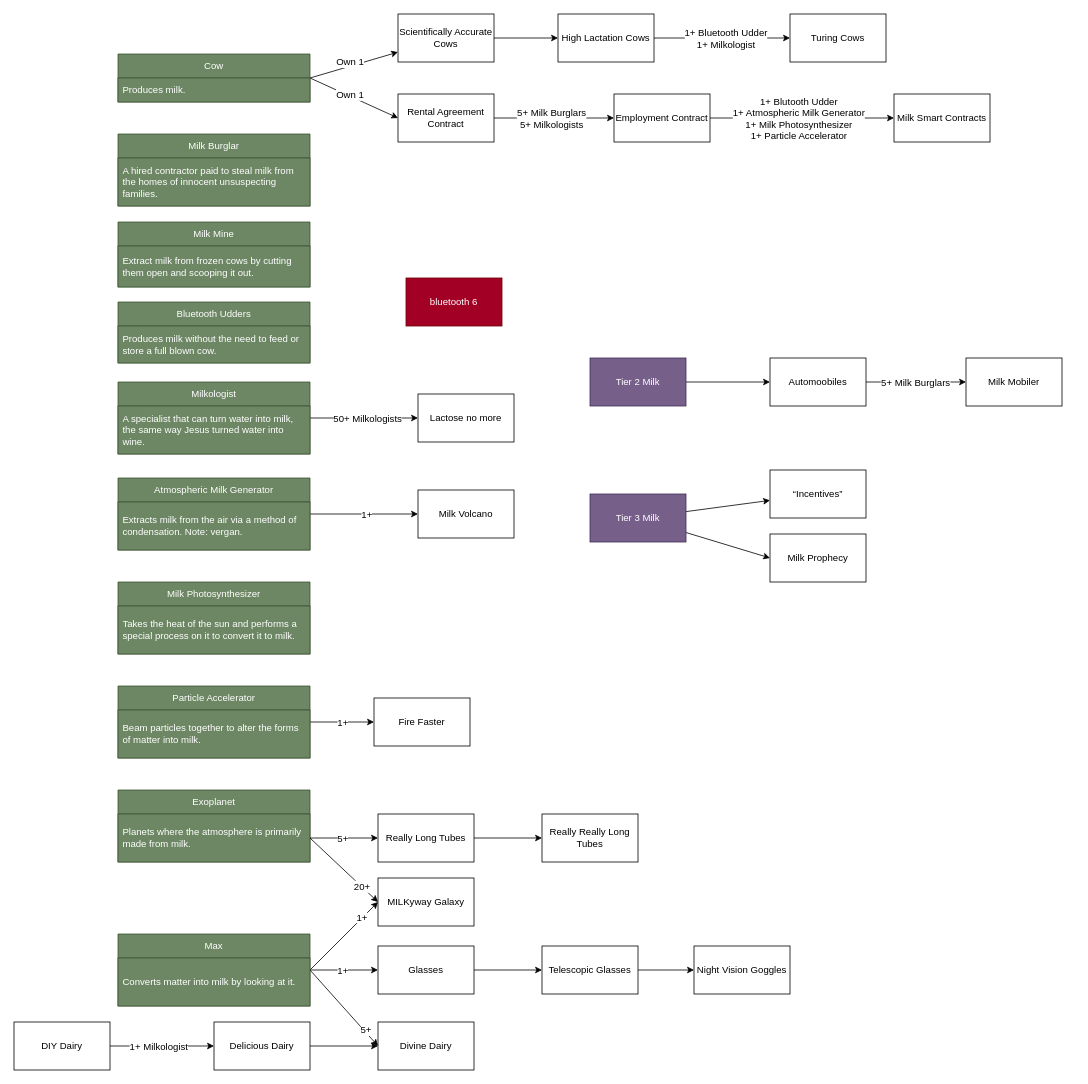
Above: src/lib/data/upgrades.drawio in tdib/milky-clicker (draw.io), before the change. Source tidied: cells renumbered, new cells numbered last; positions are measured from the earlier drawing's top-left corner, leaving out a move shared by most shapes. Both pictures are drawn from the tidied source at 80%, with x=0, y=0 at pixel (14, 14).
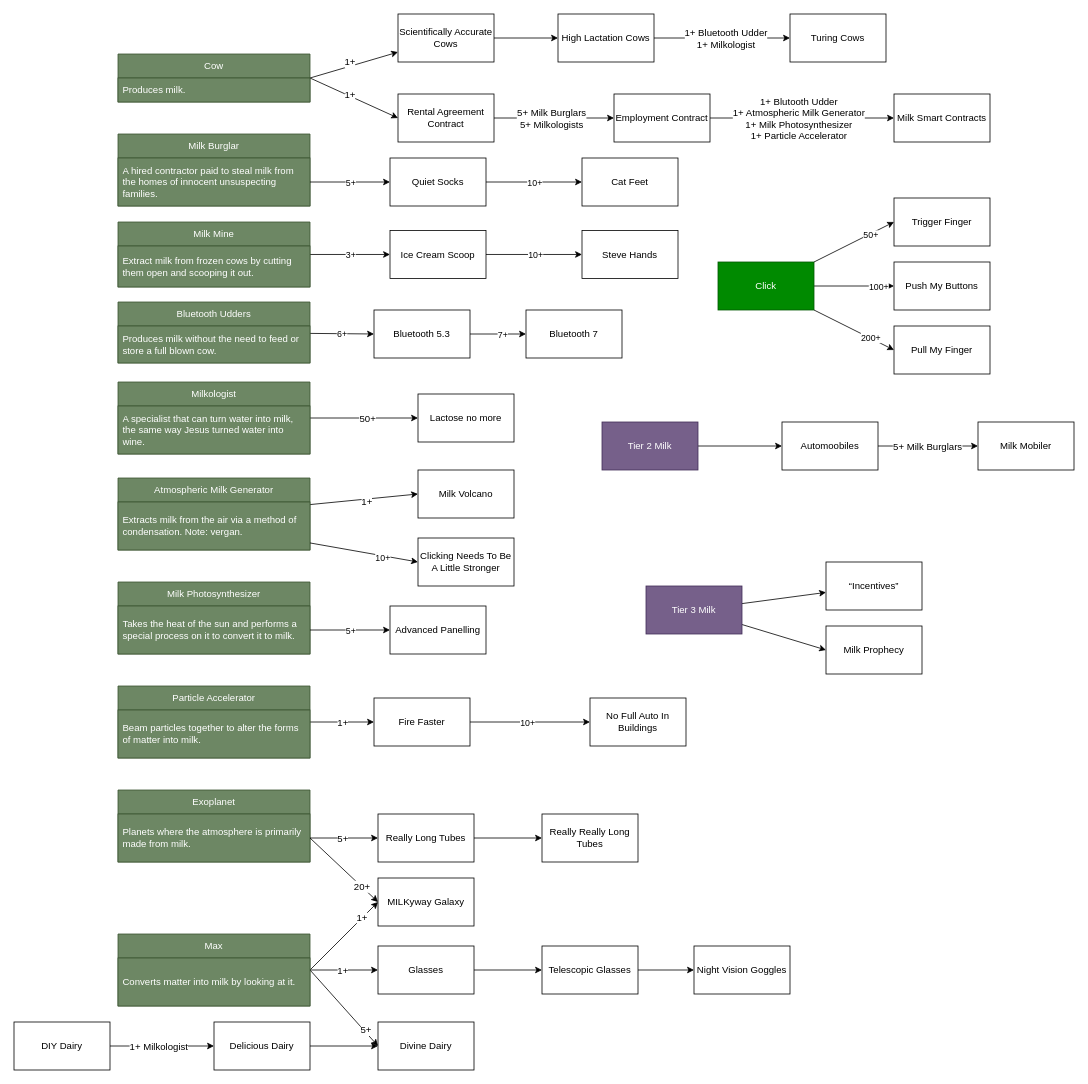
Above is the later version.

Commit message (it also covers changes not shown here):
Attempt to balance producers and upgrades

Unchanged cells that the change refers to:
```xml
<mxCell id="2" style="edgeStyle=none;html=1;exitX=1;exitY=0.5;exitDx=0;exitDy=0;fontSize=12;" parent="1" edge="1" source="6" target="42">
  <mxGeometry relative="1" as="geometry" />
</mxCell>
<mxCell id="4" style="edgeStyle=none;html=1;exitX=1;exitY=0.5;exitDx=0;exitDy=0;entryX=0;entryY=0.5;entryDx=0;entryDy=0;fontSize=12;" parent="1" edge="1" source="6" target="45">
  <mxGeometry relative="1" as="geometry" />
</mxCell>
<mxCell id="9" value="A hired contractor paid to steal milk from the homes of innocent unsuspecting families." style="text;strokeColor=#3A5431;fillColor=#6d8764;align=left;verticalAlign=middle;spacingLeft=4;spacingRight=4;overflow=hidden;points=[[0,0.5],[1,0.5]];portConstraint=eastwest;whiteSpace=wrap;html=1;fontColor=#ffffff;" parent="8" vertex="1">
  <mxGeometry y="30" width="240" height="60" as="geometry" />
</mxCell>
<mxCell id="10" value="Milk Mine" style="swimlane;fontStyle=0;horizontal=1;startSize=30;whiteSpace=wrap;html=1;fillColor=#6d8764;fontColor=#ffffff;strokeColor=#3A5431;" parent="1" vertex="1">
  <mxGeometry x="130" y="260" width="240" height="81.2" as="geometry" />
</mxCell>
<mxCell id="12" value="Bluetooth Udders" style="swimlane;fontStyle=0;horizontal=1;startSize=30;whiteSpace=wrap;html=1;fillColor=#6d8764;fontColor=#ffffff;strokeColor=#3A5431;" parent="1" vertex="1">
  <mxGeometry x="130" y="360" width="240" height="76.2" as="geometry" />
</mxCell>
<mxCell id="14" style="edgeStyle=none;html=1;exitX=1;exitY=0.5;exitDx=0;exitDy=0;entryX=0;entryY=0.5;entryDx=0;entryDy=0;fontSize=12;" parent="1" edge="1" source="16" target="60">
  <mxGeometry relative="1" as="geometry" />
</mxCell>
<mxCell id="21" value="Extracts milk from the air via a method of condensation. Note: vergan." style="text;strokeColor=#3A5431;fillColor=#6d8764;align=left;verticalAlign=middle;spacingLeft=4;spacingRight=4;overflow=hidden;points=[[0,0.5],[1,0.5]];portConstraint=eastwest;portConstraintRotation=0;whiteSpace=wrap;html=1;horizontal=1;rounded=0;glass=0;fontColor=#ffffff;" parent="20" vertex="1">
  <mxGeometry y="30" width="240" height="60" as="geometry" />
</mxCell>
<mxCell id="23" value="Takes the heat of the sun and performs a special process on it to convert it to milk." style="text;strokeColor=#3A5431;fillColor=#6d8764;align=left;verticalAlign=middle;spacingLeft=4;spacingRight=4;overflow=hidden;points=[[0,0.5],[1,0.5]];portConstraint=eastwest;portConstraintRotation=0;whiteSpace=wrap;html=1;horizontal=1;rounded=0;glass=0;fontColor=#ffffff;" parent="22" vertex="1">
  <mxGeometry y="30" width="240" height="60" as="geometry" />
</mxCell>
<mxCell id="65" value="Fire Faster" style="rounded=0;whiteSpace=wrap;html=1;glass=0;comic=0;strokeColor=default;fontSize=12;fillColor=default;" parent="1" vertex="1">
  <mxGeometry x="450" y="855" width="120" height="60" as="geometry" />
</mxCell>
```

The edit, as a diff of the source:
```diff
@@
-    <mxCell id="3" value="Own 1" style="edgeLabel;html=1;align=center;verticalAlign=middle;fontSize=12;" parent="2" vertex="1">
+    <mxCell id="3" value="1+" style="edgeLabel;html=1;align=center;verticalAlign=middle;fontSize=12;" parent="2" vertex="1">
       <mxGeometry x="-0.43" y="-1" relative="1" as="geometry">
         <mxPoint x="18" y="-12" as="offset" />
       </mxGeometry>
     </mxCell>
@@
-    <mxCell id="5" value="Own 1" style="edgeLabel;html=1;align=center;verticalAlign=middle;fontSize=12;" parent="4" vertex="1">
+    <mxCell id="5" value="1+" style="edgeLabel;html=1;align=center;verticalAlign=middle;fontSize=12;" parent="4" vertex="1">
       <mxGeometry x="-0.22" relative="1" as="geometry">
         <mxPoint x="7" y="1" as="offset" />
       </mxGeometry>
     </mxCell>
@@
+    <mxCell id="85" style="edgeStyle=none;html=1;entryX=0;entryY=0.5;entryDx=0;entryDy=0;" parent="1" edge="1" source="10" target="98">
+      <mxGeometry relative="1" as="geometry" />
+    </mxCell>
+    <mxCell id="86" value="3+" style="edgeLabel;html=1;align=center;verticalAlign=middle;" parent="85" vertex="1">
+      <mxGeometry x="0.47" y="-3" relative="1" as="geometry">
+        <mxPoint x="-24" y="-3" as="offset" />
+      </mxGeometry>
+    </mxCell>
@@
+    <mxCell id="87" style="edgeStyle=none;html=1;entryX=0;entryY=0.5;entryDx=0;entryDy=0;" parent="1" edge="1" source="12" target="84">
+      <mxGeometry relative="1" as="geometry" />
+    </mxCell>
+    <mxCell id="88" value="6+" style="edgeLabel;html=1;align=center;verticalAlign=middle;" parent="87" vertex="1">
+      <mxGeometry x="0.46" y="-2" relative="1" as="geometry">
+        <mxPoint x="-18" y="-2" as="offset" />
+      </mxGeometry>
+    </mxCell>
@@
-    <mxCell id="15" value="50+ Milkologists" style="edgeLabel;html=1;align=center;verticalAlign=middle;fontSize=12;" parent="14" vertex="1">
+    <mxCell id="15" value="50+" style="edgeLabel;html=1;align=center;verticalAlign=middle;fontSize=12;" parent="14" vertex="1">
       <mxGeometry x="-0.53" y="1" relative="1" as="geometry">
         <mxPoint x="39" y="1" as="offset" />
       </mxGeometry>
     </mxCell>
@@
     <mxCell id="54" value="Automoobiles" style="rounded=0;whiteSpace=wrap;html=1;glass=0;comic=0;strokeColor=default;fontSize=12;fillColor=default;" parent="1" vertex="1">
-      <mxGeometry x="945" y="430" width="120" height="60" as="geometry" />
+      <mxGeometry x="960" y="510" width="120" height="60" as="geometry" />
     </mxCell>
     <mxCell id="55" value="Milk Mobiler" style="rounded=0;whiteSpace=wrap;html=1;glass=0;comic=0;strokeColor=default;fontSize=12;fillColor=default;" parent="1" vertex="1">
-      <mxGeometry x="1190" y="430" width="120" height="60" as="geometry" />
+      <mxGeometry x="1205" y="510" width="120" height="60" as="geometry" />
     </mxCell>
     <mxCell id="56" value="“Incentives”" style="rounded=0;whiteSpace=wrap;html=1;glass=0;comic=0;strokeColor=default;fontSize=12;fillColor=default;" parent="1" vertex="1">
-      <mxGeometry x="945" y="570" width="120" height="60" as="geometry" />
+      <mxGeometry x="1015" y="685" width="120" height="60" as="geometry" />
     </mxCell>
@@
     <mxCell id="61" value="Milk Volcano" style="rounded=0;whiteSpace=wrap;html=1;glass=0;comic=0;strokeColor=default;fontSize=12;fillColor=default;" parent="1" vertex="1">
-      <mxGeometry x="505" y="595" width="120" height="60" as="geometry" />
+      <mxGeometry x="505" y="570" width="120" height="60" as="geometry" />
     </mxCell>
@@
+    <mxCell id="89" style="edgeStyle=none;html=1;entryX=0;entryY=0.5;entryDx=0;entryDy=0;" parent="1" edge="1" source="65" target="106">
+      <mxGeometry relative="1" as="geometry" />
+    </mxCell>
+    <mxCell id="90" value="10+" style="edgeLabel;html=1;align=center;verticalAlign=middle;" parent="89" vertex="1">
+      <mxGeometry x="0.42" y="-1" relative="1" as="geometry">
+        <mxPoint x="-36" y="-1" as="offset" />
+      </mxGeometry>
+    </mxCell>
@@
     <mxCell id="68" value="Milk Prophecy" style="rounded=0;whiteSpace=wrap;html=1;glass=0;comic=0;strokeColor=default;fontSize=12;fillColor=default;" parent="1" vertex="1">
-      <mxGeometry x="945" y="650" width="120" height="60" as="geometry" />
+      <mxGeometry x="1015" y="765" width="120" height="60" as="geometry" />
     </mxCell>
@@
     <mxCell id="76" value="Tier 2 Milk" style="rounded=0;whiteSpace=wrap;html=1;glass=0;comic=0;strokeColor=#432D57;fontSize=12;fillColor=#76608a;fontColor=#ffffff;" parent="1" vertex="1">
-      <mxGeometry x="720" y="430" width="120" height="60" as="geometry" />
+      <mxGeometry x="735" y="510" width="120" height="60" as="geometry" />
     </mxCell>
@@
     <mxCell id="79" value="Tier 3 Milk" style="rounded=0;whiteSpace=wrap;html=1;glass=0;comic=0;strokeColor=#432D57;fontSize=12;fillColor=#76608a;fontColor=#ffffff;" parent="1" vertex="1">
-      <mxGeometry x="720" y="600" width="120" height="60" as="geometry" />
+      <mxGeometry x="790" y="715" width="120" height="60" as="geometry" />
     </mxCell>
@@
+    <mxCell id="91" style="edgeStyle=none;html=1;entryX=0;entryY=0.5;entryDx=0;entryDy=0;" parent="1" edge="1" source="84" target="93">
+      <mxGeometry relative="1" as="geometry" />
+    </mxCell>
+    <mxCell id="92" value="7+" style="edgeLabel;html=1;align=center;verticalAlign=middle;" parent="91" vertex="1">
+      <mxGeometry x="0.32" y="1" relative="1" as="geometry">
+        <mxPoint x="-6" y="1" as="offset" />
+      </mxGeometry>
+    </mxCell>
-    <mxCell id="84" value="bluetooth 6" style="whiteSpace=wrap;html=1;fillColor=#a20025;fontColor=#ffffff;strokeColor=#6F0000;" parent="1" vertex="1">
-      <mxGeometry x="490" y="330" width="120" height="60" as="geometry" />
+    <mxCell id="84" value="Bluetooth 5.3" style="whiteSpace=wrap;html=1;" parent="1" vertex="1">
+      <mxGeometry x="450" y="370" width="120" height="60" as="geometry" />
     </mxCell>
+    <mxCell id="93" value="Bluetooth 7" style="whiteSpace=wrap;html=1;" parent="1" vertex="1">
+      <mxGeometry x="640" y="370" width="120" height="60" as="geometry" />
+    </mxCell>
+    <mxCell id="94" value="Cat Feet" style="whiteSpace=wrap;html=1;" parent="1" vertex="1">
+      <mxGeometry x="710" y="180" width="120" height="60" as="geometry" />
+    </mxCell>
+    <mxCell id="95" value="Steve Hands" style="whiteSpace=wrap;html=1;" parent="1" vertex="1">
+      <mxGeometry x="710" y="270.6" width="120" height="60" as="geometry" />
+    </mxCell>
+    <mxCell id="96" style="edgeStyle=none;html=1;entryX=0;entryY=0.5;entryDx=0;entryDy=0;" parent="1" edge="1" source="98" target="95">
+      <mxGeometry relative="1" as="geometry" />
+    </mxCell>
+    <mxCell id="97" value="10+" style="edgeLabel;html=1;align=center;verticalAlign=middle;" parent="96" vertex="1">
+      <mxGeometry x="0.38" y="2" relative="1" as="geometry">
+        <mxPoint x="-22" y="2" as="offset" />
+      </mxGeometry>
+    </mxCell>
+    <mxCell id="98" value="Ice Cream Scoop" style="whiteSpace=wrap;html=1;" parent="1" vertex="1">
+      <mxGeometry x="470" y="270.6" width="120" height="60" as="geometry" />
+    </mxCell>
+    <mxCell id="99" value="Trigger Finger" style="whiteSpace=wrap;html=1;" parent="1" vertex="1">
+      <mxGeometry x="1100" y="230" width="120" height="60" as="geometry" />
+    </mxCell>
+    <mxCell id="100" value="Push My Buttons" style="whiteSpace=wrap;html=1;" parent="1" vertex="1">
+      <mxGeometry x="1100" y="310" width="120" height="60" as="geometry" />
+    </mxCell>
+    <mxCell id="101" value="Pull My Finger" style="whiteSpace=wrap;html=1;" parent="1" vertex="1">
+      <mxGeometry x="1100" y="390" width="120" height="60" as="geometry" />
+    </mxCell>
+    <mxCell id="102" style="edgeStyle=none;html=1;entryX=0;entryY=0.5;entryDx=0;entryDy=0;" parent="1" edge="1" source="104" target="94">
+      <mxGeometry relative="1" as="geometry" />
+    </mxCell>
+    <mxCell id="103" value="10+" style="edgeLabel;html=1;align=center;verticalAlign=middle;" parent="102" vertex="1">
+      <mxGeometry x="0.39" y="-2" relative="1" as="geometry">
+        <mxPoint x="-23" y="-2" as="offset" />
+      </mxGeometry>
+    </mxCell>
+    <mxCell id="104" value="Quiet Socks" style="whiteSpace=wrap;html=1;" parent="1" vertex="1">
+      <mxGeometry x="470" y="180" width="120" height="60" as="geometry" />
+    </mxCell>
+    <mxCell id="105" value="Advanced Panelling" style="whiteSpace=wrap;html=1;" parent="1" vertex="1">
+      <mxGeometry x="470" y="740" width="120" height="60" as="geometry" />
+    </mxCell>
+    <mxCell id="106" value="No Full Auto In Buildings" style="whiteSpace=wrap;html=1;" parent="1" vertex="1">
+      <mxGeometry x="720" y="855" width="120" height="60" as="geometry" />
+    </mxCell>
+    <mxCell id="107" style="edgeStyle=none;html=1;entryX=0;entryY=0.5;entryDx=0;entryDy=0;" parent="1" edge="1" source="113" target="99">
+      <mxGeometry relative="1" as="geometry" />
+    </mxCell>
+    <mxCell id="108" value="50+" style="edgeLabel;html=1;align=center;verticalAlign=middle;" parent="107" vertex="1">
+      <mxGeometry x="0.4" y="-2" relative="1" as="geometry" />
+    </mxCell>
+    <mxCell id="109" style="edgeStyle=none;html=1;entryX=0;entryY=0.5;entryDx=0;entryDy=0;" parent="1" edge="1" source="113" target="100">
+      <mxGeometry relative="1" as="geometry" />
+    </mxCell>
+    <mxCell id="110" value="100+" style="edgeLabel;html=1;align=center;verticalAlign=middle;" parent="109" vertex="1">
+      <mxGeometry x="0.3" y="1" relative="1" as="geometry">
+        <mxPoint x="15" y="1" as="offset" />
+      </mxGeometry>
+    </mxCell>
+    <mxCell id="111" style="edgeStyle=none;html=1;entryX=0;entryY=0.5;entryDx=0;entryDy=0;" parent="1" edge="1" source="113" target="101">
+      <mxGeometry relative="1" as="geometry" />
+    </mxCell>
+    <mxCell id="112" value="200+" style="edgeLabel;html=1;align=center;verticalAlign=middle;" parent="111" vertex="1">
+      <mxGeometry x="0.37" relative="1" as="geometry">
+        <mxPoint x="2" as="offset" />
+      </mxGeometry>
+    </mxCell>
+    <mxCell id="113" value="Click" style="whiteSpace=wrap;html=1;fillColor=#008a00;fontColor=#ffffff;strokeColor=#005700;" parent="1" vertex="1">
+      <mxGeometry x="880" y="310" width="120" height="60" as="geometry" />
+    </mxCell>
+    <mxCell id="114" style="edgeStyle=none;html=1;entryX=0;entryY=0.5;entryDx=0;entryDy=0;" parent="1" edge="1" source="9" target="104">
+      <mxGeometry relative="1" as="geometry" />
+    </mxCell>
+    <mxCell id="115" value="5+" style="edgeLabel;html=1;align=center;verticalAlign=middle;" parent="114" vertex="1">
+      <mxGeometry x="0.46" y="2" relative="1" as="geometry">
+        <mxPoint x="-23" y="2" as="offset" />
+      </mxGeometry>
+    </mxCell>
+    <mxCell id="116" style="edgeStyle=none;html=1;entryX=0;entryY=0.5;entryDx=0;entryDy=0;" parent="1" edge="1" source="23" target="105">
+      <mxGeometry relative="1" as="geometry" />
+    </mxCell>
+    <mxCell id="117" value="5+" style="edgeLabel;html=1;align=center;verticalAlign=middle;" parent="116" vertex="1">
+      <mxGeometry x="0.24" y="2" relative="1" as="geometry">
+        <mxPoint x="-12" y="2" as="offset" />
+      </mxGeometry>
+    </mxCell>
+    <mxCell id="118" value="Clicking Needs To Be A Little Stronger" style="whiteSpace=wrap;html=1;rounded=0;glass=0;comic=0;" parent="1" vertex="1">
+      <mxGeometry x="505" y="655" width="120" height="60" as="geometry" />
+    </mxCell>
+    <mxCell id="119" style="edgeStyle=none;html=1;entryX=0;entryY=0.5;entryDx=0;entryDy=0;" parent="1" edge="1" source="21" target="118">
+      <mxGeometry relative="1" as="geometry" />
+    </mxCell>
+    <mxCell id="120" value="10+" style="edgeLabel;html=1;align=center;verticalAlign=middle;" parent="119" vertex="1">
+      <mxGeometry x="0.47" y="-1" relative="1" as="geometry">
+        <mxPoint x="-9" as="offset" />
+      </mxGeometry>
+    </mxCell>
```
